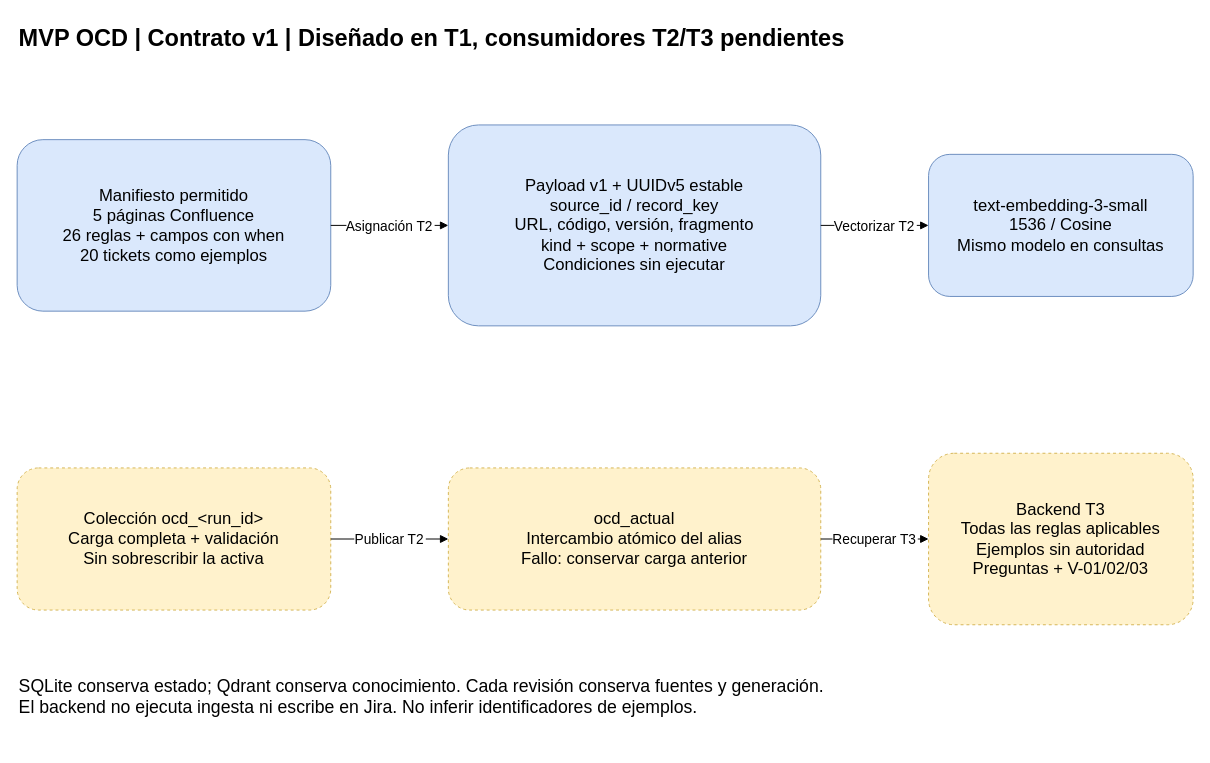
Before: page "Contrato de conocimiento" (3 of 3) of docs/MVP_OCD_Arquitectura.drawio in miguelsff/grupo-visa-ai, a draw.io diagram. Source tidied: cells renumbered, new cells numbered last; positions are measured from the earlier drawing's top-left corner, leaving out a move shared by most shapes. Both pictures are drawn from the tidied source at 98%, with x=0, y=0 at pixel (17, 17).
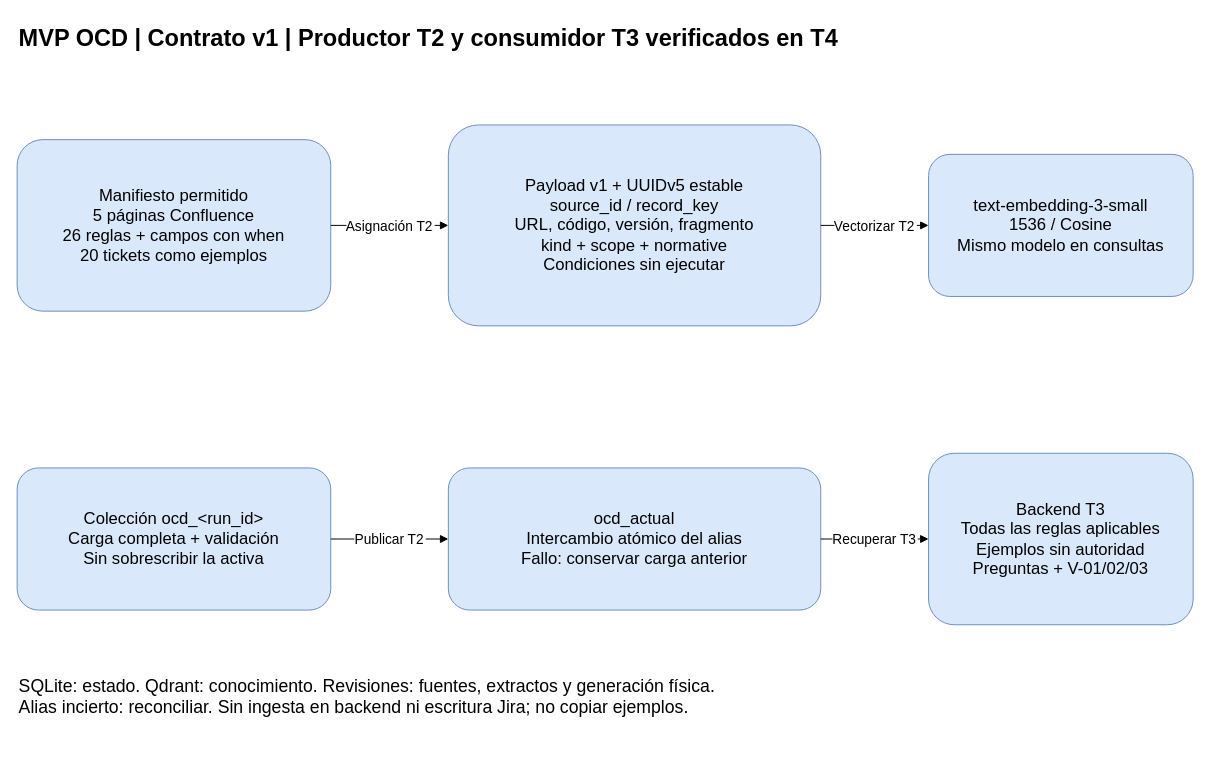
The same diagram, later.

Diff of the diagram source:
```diff
@@
 <mxGraphModel>
   <root>
     <mxCell id="0" />
     <mxCell id="1" parent="0" />
-    <mxCell id="2" value="MVP OCD | Contrato v1 | Diseñado en T1, consumidores T2/T3 pendientes" style="text;html=0;align=left;fontSize=24;fontStyle=1;" parent="1" vertex="1">
+    <mxCell id="2" value="MVP OCD | Contrato v1 | Productor T2 y consumidor T3 verificados en T4" style="text;html=0;align=left;fontSize=24;fontStyle=1;" parent="1" vertex="1">
       <mxGeometry width="1200" height="65" as="geometry" />
     </mxCell>
     <mxCell id="3" value="Manifiesto permitido&#10;5 páginas Confluence&#10;26 reglas + campos con when&#10;20 tickets como ejemplos" style="rounded=1;whiteSpace=wrap;html=0;align=center;verticalAlign=middle;fontSize=17;fillColor=#dae8fc;strokeColor=#6c8ebf;" parent="1" vertex="1">
       <mxGeometry y="125" width="320" height="175" as="geometry" />
     </mxCell>
     <mxCell id="4" value="Payload v1 + UUIDv5 estable&#10;source_id / record_key&#10;URL, código, versión, fragmento&#10;kind + scope + normative&#10;Condiciones sin ejecutar" style="rounded=1;whiteSpace=wrap;html=0;align=center;verticalAlign=middle;fontSize=17;fillColor=#dae8fc;strokeColor=#6c8ebf;" parent="1" vertex="1">
       <mxGeometry x="440" y="110" width="380" height="205" as="geometry" />
     </mxCell>
     <mxCell id="5" value="text-embedding-3-small&#10;1536 / Cosine&#10;Mismo modelo en consultas" style="rounded=1;whiteSpace=wrap;html=0;align=center;verticalAlign=middle;fontSize=17;fillColor=#dae8fc;strokeColor=#6c8ebf;" parent="1" vertex="1">
       <mxGeometry x="930" y="140" width="270" height="145" as="geometry" />
     </mxCell>
-    <mxCell id="6" value="Colección ocd_&lt;run_id&gt;&#10;Carga completa + validación&#10;Sin sobrescribir la activa" style="rounded=1;whiteSpace=wrap;html=0;align=center;verticalAlign=middle;fontSize=17;fillColor=#fff2cc;strokeColor=#d6b656;dashed=1;" parent="1" vertex="1">
+    <mxCell id="6" value="Colección ocd_&lt;run_id&gt;&#10;Carga completa + validación&#10;Sin sobrescribir la activa" style="rounded=1;whiteSpace=wrap;html=0;align=center;verticalAlign=middle;fontSize=17;fillColor=#dae8fc;strokeColor=#6c8ebf;" parent="1" vertex="1">
       <mxGeometry y="460" width="320" height="145" as="geometry" />
     </mxCell>
-    <mxCell id="7" value="ocd_actual&#10;Intercambio atómico del alias&#10;Fallo: conservar carga anterior" style="rounded=1;whiteSpace=wrap;html=0;align=center;verticalAlign=middle;fontSize=17;fillColor=#fff2cc;strokeColor=#d6b656;dashed=1;" parent="1" vertex="1">
+    <mxCell id="7" value="ocd_actual&#10;Intercambio atómico del alias&#10;Fallo: conservar carga anterior" style="rounded=1;whiteSpace=wrap;html=0;align=center;verticalAlign=middle;fontSize=17;fillColor=#dae8fc;strokeColor=#6c8ebf;" parent="1" vertex="1">
       <mxGeometry x="440" y="460" width="380" height="145" as="geometry" />
     </mxCell>
-    <mxCell id="8" value="Backend T3&#10;Todas las reglas aplicables&#10;Ejemplos sin autoridad&#10;Preguntas + V-01/02/03" style="rounded=1;whiteSpace=wrap;html=0;align=center;verticalAlign=middle;fontSize=17;fillColor=#fff2cc;strokeColor=#d6b656;dashed=1;" parent="1" vertex="1">
+    <mxCell id="8" value="Backend T3&#10;Todas las reglas aplicables&#10;Ejemplos sin autoridad&#10;Preguntas + V-01/02/03" style="rounded=1;whiteSpace=wrap;html=0;align=center;verticalAlign=middle;fontSize=17;fillColor=#dae8fc;strokeColor=#6c8ebf;" parent="1" vertex="1">
       <mxGeometry x="930" y="445" width="270" height="175" as="geometry" />
     </mxCell>
     <mxCell id="9" value="Asignación T2" style="edgeStyle=orthogonalEdgeStyle;html=0;endArrow=block;fontSize=14;" parent="1" edge="1" source="3" target="4">
       <mxGeometry relative="1" as="geometry" />
     </mxCell>
     <mxCell id="10" value="Vectorizar T2" style="edgeStyle=orthogonalEdgeStyle;html=0;endArrow=block;fontSize=14;" parent="1" edge="1" source="4" target="5">
       <mxGeometry relative="1" as="geometry" />
     </mxCell>
     <mxCell id="11" value="Publicar T2" style="edgeStyle=orthogonalEdgeStyle;html=0;endArrow=block;fontSize=14;" parent="1" edge="1" source="6" target="7">
       <mxGeometry relative="1" as="geometry" />
     </mxCell>
     <mxCell id="12" value="Recuperar T3" style="edgeStyle=orthogonalEdgeStyle;html=0;endArrow=block;fontSize=14;" parent="1" edge="1" source="7" target="8">
       <mxGeometry relative="1" as="geometry" />
     </mxCell>
-    <mxCell id="13" value="SQLite conserva estado; Qdrant conserva conocimiento. Cada revisión conserva fuentes y generación.&#10;El backend no ejecuta ingesta ni escribe en Jira. No inferir identificadores de ejemplos." style="text;html=0;align=left;fontSize=18;" parent="1" vertex="1">
+    <mxCell id="13" value="SQLite: estado. Qdrant: conocimiento. Revisiones: fuentes, extractos y generación física.&#10;Alias incierto: reconciliar. Sin ingesta en backend ni escritura Jira; no copiar ejemplos." style="text;html=0;align=left;fontSize=18;" parent="1" vertex="1">
       <mxGeometry y="665" width="1200" height="80" as="geometry" />
     </mxCell>
   </root>
 </mxGraphModel>
```
